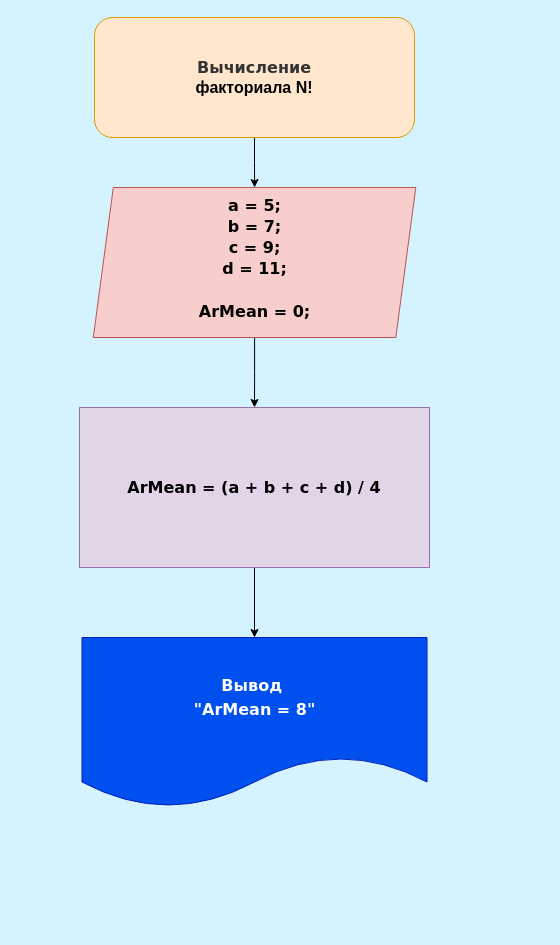
The draw.io diagram ДЗ Семинар 1(2).drawio in M-Ilya/-, before the edit. Source tidied: cells renumbered, new cells numbered last; positions are measured from the earlier drawing's top-left corner, leaving out a move shared by most shapes. Both pictures are drawn from the tidied source at 100%, with x=0, y=0 at pixel (79, 17).
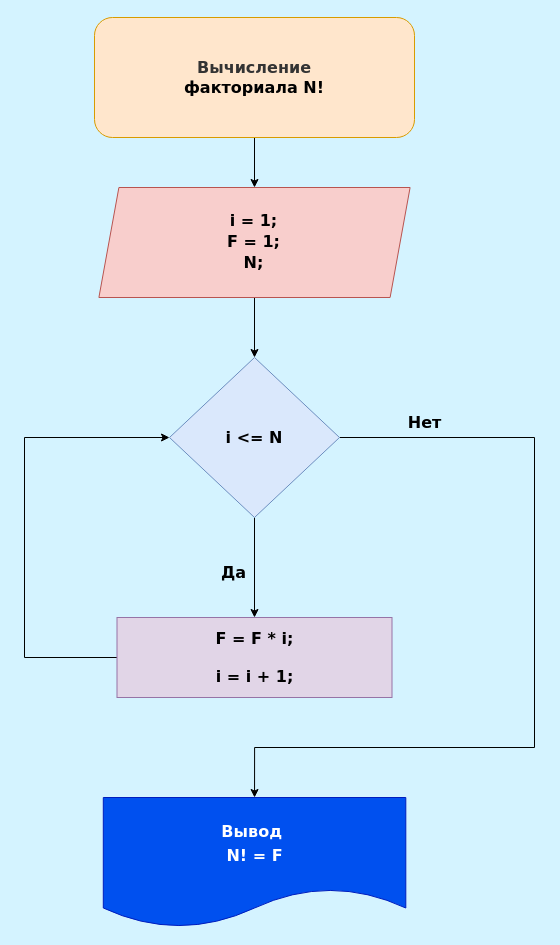
The same diagram, later.

Diff of the diagram source:
```diff
@@
 <mxGraphModel background="#D4F3FF">
   <root>
     <mxCell id="0" />
     <mxCell id="1" parent="0" />
-    <mxCell id="2" style="edgeStyle=orthogonalEdgeStyle;rounded=0;jettySize=auto;html=1;fontFamily=Verdana;" parent="1" edge="1" source="3" target="5">
-      <mxGeometry relative="1" as="geometry" />
-    </mxCell>
+    <mxCell id="9" style="edgeStyle=orthogonalEdgeStyle;rounded=0;jettySize=auto;html=1;entryX=0.5;entryY=0;entryDx=0;entryDy=0;fontFamily=Verdana;" parent="1" edge="1" source="3" target="12">
+      <mxGeometry relative="1" as="geometry" />
+    </mxCell>
-    <mxCell id="3" value="&lt;p style=&quot;line-height: 1.2; font-size: 16px;&quot;&gt;&lt;font style=&quot;font-size: 16px; line-height: 1.3;&quot;&gt;a = 5;&lt;br&gt;b = 7;&lt;br&gt;c = 9;&lt;br&gt;d = 11;&lt;/font&gt;&lt;/p&gt;&lt;p style=&quot;line-height: 2.1; font-size: 16px;&quot;&gt;&lt;span style=&quot;background-color: initial;&quot;&gt;&lt;font style=&quot;font-size: 16px; line-height: 1.2;&quot;&gt;ArMean = 0;&lt;/font&gt;&lt;/span&gt;&lt;/p&gt;" style="shape=parallelogram;perimeter=parallelogramPerimeter;whiteSpace=wrap;html=1;fixedSize=1;fillColor=#f8cecc;strokeColor=#b85450;fontFamily=Verdana;fontStyle=1;" parent="1" vertex="1">
-      <mxGeometry x="13.8" y="170" width="322.5" height="150" as="geometry" />
+    <mxCell id="3" value="&lt;p style=&quot;line-height: 1.2; font-size: 16px;&quot;&gt;&lt;font style=&quot;font-size: 16px; line-height: 1.3;&quot;&gt;i = 1;&lt;br&gt;F = 1;&lt;br&gt;&lt;span style=&quot;background-color: initial;&quot;&gt;N;&lt;/span&gt;&lt;br&gt;&lt;/font&gt;&lt;/p&gt;" style="shape=parallelogram;perimeter=parallelogramPerimeter;whiteSpace=wrap;html=1;fixedSize=1;fillColor=#f8cecc;strokeColor=#b85450;fontFamily=Verdana;fontStyle=1;" parent="1" vertex="1">
+      <mxGeometry x="19.4" y="170" width="311.2" height="110" as="geometry" />
     </mxCell>
-    <mxCell id="4" style="edgeStyle=orthogonalEdgeStyle;rounded=0;jettySize=auto;html=1;fontFamily=Verdana;" parent="1" edge="1" source="5" target="6">
-      <mxGeometry relative="1" as="geometry" />
+    <mxCell id="4" style="edgeStyle=orthogonalEdgeStyle;rounded=0;jettySize=auto;html=1;fontFamily=Verdana;entryX=0;entryY=0.5;entryDx=0;entryDy=0;" parent="1" edge="1" source="5" target="12">
+      <mxGeometry relative="1" as="geometry">
+        <Array as="points">
+          <mxPoint x="-55" y="640" />
+          <mxPoint x="-55" y="420" />
+        </Array>
+      </mxGeometry>
     </mxCell>
-    <mxCell id="5" value="&lt;font style=&quot;font-size: 16px;&quot;&gt;ArMean = (a + b + c + d) / 4&lt;/font&gt;" style="whiteSpace=wrap;html=1;fontFamily=Verdana;fillColor=#e1d5e7;strokeColor=#9673a6;fontStyle=1;" parent="1" vertex="1">
-      <mxGeometry y="390" width="350" height="160" as="geometry" />
+    <mxCell id="5" value="&lt;font style=&quot;font-size: 16px;&quot;&gt;F = F * i;&lt;br&gt;&lt;br&gt;i = i + 1;&lt;br&gt;&lt;/font&gt;" style="whiteSpace=wrap;html=1;fontFamily=Verdana;fillColor=#e1d5e7;strokeColor=#9673a6;fontStyle=1;" parent="1" vertex="1">
+      <mxGeometry x="37.5" y="600" width="275" height="80" as="geometry" />
     </mxCell>
-    <mxCell id="6" value="&lt;font style=&quot;font-size: 16px; line-height: 1.5;&quot;&gt;Вывод&amp;nbsp; &lt;br&gt;&quot;ArMean = 8&quot;&lt;/font&gt;" style="shape=document;whiteSpace=wrap;html=1;boundedLbl=1;fontFamily=Verdana;fillColor=#0050ef;strokeColor=#001DBC;fontStyle=1;fontColor=#ffffff;" parent="1" vertex="1">
-      <mxGeometry x="2.5" y="620" width="345" height="170" as="geometry" />
+    <mxCell id="6" value="&lt;font style=&quot;font-size: 16px; line-height: 1.5;&quot;&gt;Вывод&amp;nbsp; &lt;br&gt;N! = F&lt;/font&gt;" style="shape=document;whiteSpace=wrap;html=1;boundedLbl=1;fontFamily=Verdana;fillColor=#0050ef;strokeColor=#001DBC;fontStyle=1;fontColor=#ffffff;" parent="1" vertex="1">
+      <mxGeometry x="23.8" y="780" width="302.5" height="130" as="geometry" />
     </mxCell>
     <mxCell id="7" style="edgeStyle=orthogonalEdgeStyle;rounded=0;jettySize=auto;html=1;" parent="1" edge="1" source="8" target="3">
       <mxGeometry relative="1" as="geometry" />
     </mxCell>
-    <mxCell id="8" value="&lt;font style=&quot;font-size: 16px;&quot;&gt;&lt;b style=&quot;color: rgb(51, 51, 51); font-family: Verdana;&quot;&gt;Вычисление&lt;br&gt;&lt;/b&gt;&lt;b&gt;факториала N!&lt;/b&gt;&lt;br&gt;&lt;/font&gt;" style="rounded=1;whiteSpace=wrap;html=1;strokeWidth=1;fillColor=#ffe6cc;strokeColor=#d79b00;" parent="1" vertex="1">
+    <mxCell id="8" value="&lt;font style=&quot;font-size: 16px;&quot;&gt;&lt;font face=&quot;Verdana&quot;&gt;&lt;b style=&quot;color: rgb(51, 51, 51);&quot;&gt;Вычисление&lt;br&gt;&lt;/b&gt;&lt;b&gt;факториала N!&lt;/b&gt;&lt;/font&gt;&lt;br&gt;&lt;/font&gt;" style="rounded=1;whiteSpace=wrap;html=1;strokeWidth=1;fillColor=#ffe6cc;strokeColor=#d79b00;" parent="1" vertex="1">
       <mxGeometry x="15" width="320" height="120" as="geometry" />
     </mxCell>
+    <mxCell id="10" style="edgeStyle=orthogonalEdgeStyle;rounded=0;jettySize=auto;html=1;fontFamily=Verdana;fontSize=16;" parent="1" edge="1" source="12" target="5">
+      <mxGeometry relative="1" as="geometry" />
+    </mxCell>
+    <mxCell id="11" style="edgeStyle=orthogonalEdgeStyle;rounded=0;jettySize=auto;html=1;fontFamily=Verdana;fontSize=16;entryX=0.5;entryY=0;entryDx=0;entryDy=0;" parent="1" edge="1" source="12" target="6">
+      <mxGeometry relative="1" as="geometry">
+        <Array as="points">
+          <mxPoint x="455" y="420" />
+          <mxPoint x="455" y="730" />
+          <mxPoint x="175" y="730" />
+        </Array>
+      </mxGeometry>
+    </mxCell>
+    <mxCell id="12" value="&lt;font style=&quot;font-size: 16px;&quot;&gt;&lt;b&gt;i &amp;lt;= N&lt;/b&gt;&lt;/font&gt;" style="rhombus;whiteSpace=wrap;html=1;fontFamily=Verdana;fillColor=#dae8fc;strokeColor=#6c8ebf;" parent="1" vertex="1">
+      <mxGeometry x="90" y="340" width="170" height="160" as="geometry" />
+    </mxCell>
+    <mxCell id="13" value="&lt;b&gt;Нет&lt;/b&gt;" style="text;html=1;align=center;verticalAlign=middle;strokeColor=none;fillColor=none;fontSize=16;fontFamily=Verdana;" parent="1" vertex="1">
+      <mxGeometry x="315" y="390" width="60" height="30" as="geometry" />
+    </mxCell>
+    <mxCell id="14" value="Да" style="text;html=1;align=center;verticalAlign=middle;strokeColor=none;fillColor=none;fontSize=16;fontFamily=Verdana;fontStyle=1;" parent="1" vertex="1">
+      <mxGeometry x="129" y="540" width="50" height="30" as="geometry" />
+    </mxCell>
   </root>
 </mxGraphModel>
```
